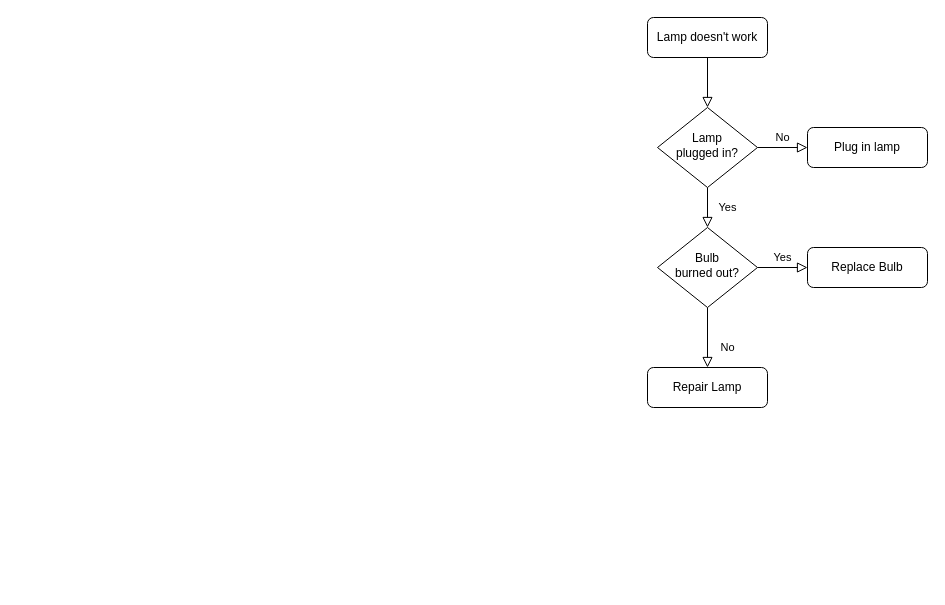
Earlier version of the draw.io diagram Untitled Diagram.drawio (z88243310/bins). Source tidied: cells renumbered, new cells numbered last; positions are measured from the earlier drawing's top-left corner, leaving out a move shared by most shapes. Both pictures are drawn from the tidied source at 100%, with x=0, y=0 at pixel (647, 17).
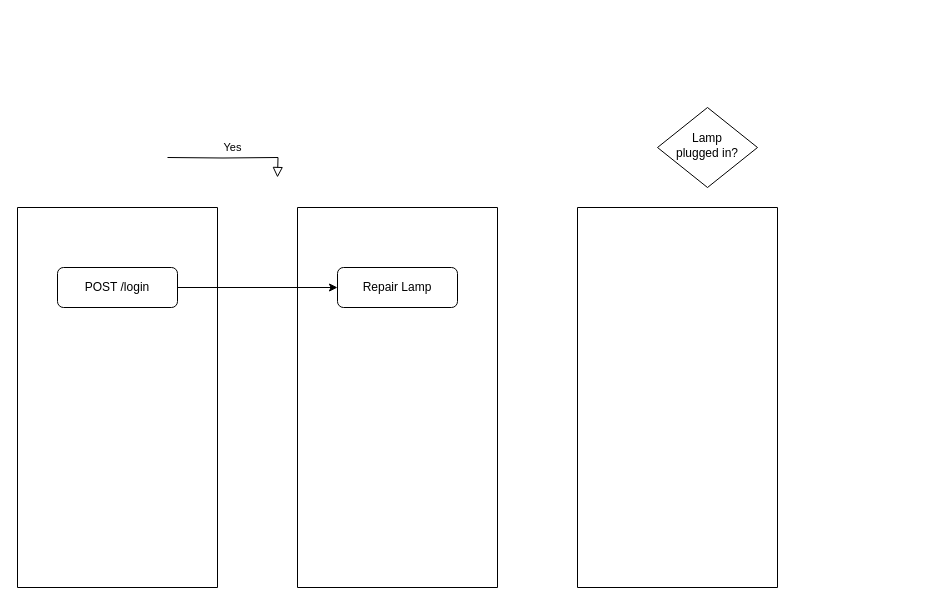
The same page after the edit.

What changed in the source:
```diff
@@
 <mxGraphModel>
   <root>
     <mxCell id="0" />
     <mxCell id="1" parent="0" />
-    <mxCell id="2" style="rounded=0;html=1;jettySize=auto;fontSize=11;endArrow=block;endFill=0;endSize=8;strokeWidth=1;shadow=0;labelBackgroundColor=none;edgeStyle=orthogonalEdgeStyle;" parent="1" edge="1" source="3" target="6">
-      <mxGeometry relative="1" as="geometry" />
-    </mxCell>
+    <mxCell id="6" value="Lamp&lt;br&gt;plugged in?" style="rhombus;whiteSpace=wrap;html=1;shadow=0;fontFamily=Helvetica;fontSize=12;align=center;strokeWidth=1;spacing=6;spacingTop=-4;" parent="1" vertex="1">
+      <mxGeometry x="10" y="90" width="100" height="80" as="geometry" />
+    </mxCell>
+    <mxCell id="9" value="Yes" style="edgeStyle=orthogonalEdgeStyle;rounded=0;html=1;jettySize=auto;orthogonalLoop=1;fontSize=11;endArrow=block;endFill=0;endSize=8;strokeWidth=1;shadow=0;labelBackgroundColor=none;" parent="1" edge="1">
+      <mxGeometry y="10" relative="1" as="geometry">
+        <mxPoint x="-480" y="140" as="sourcePoint" />
+        <mxPoint x="-370" y="160" as="targetPoint" />
+      </mxGeometry>
+    </mxCell>
+    <mxCell id="13" style="swimlane;startSize=0;" parent="1" vertex="1">
+      <mxGeometry x="-630" y="190" width="200" height="380" as="geometry" />
+    </mxCell>
-    <mxCell id="3" value="Lamp doesn't work" style="rounded=1;whiteSpace=wrap;html=1;fontSize=12;glass=0;strokeWidth=1;shadow=0;" parent="1" vertex="1">
-      <mxGeometry width="120" height="40" as="geometry" />
+    <mxCell id="3" value="POST /login" style="rounded=1;whiteSpace=wrap;html=1;fontSize=12;glass=0;strokeWidth=1;shadow=0;" parent="13" vertex="1">
+      <mxGeometry x="40" y="60" width="120" height="40" as="geometry" />
     </mxCell>
-    <mxCell id="4" value="Yes" style="rounded=0;html=1;jettySize=auto;fontSize=11;endArrow=block;endFill=0;endSize=8;strokeWidth=1;shadow=0;labelBackgroundColor=none;edgeStyle=orthogonalEdgeStyle;" parent="1" edge="1" source="6" target="10">
-      <mxGeometry y="20" relative="1" as="geometry" />
-    </mxCell>
-    <mxCell id="5" value="No" style="edgeStyle=orthogonalEdgeStyle;rounded=0;html=1;jettySize=auto;fontSize=11;endArrow=block;endFill=0;endSize=8;strokeWidth=1;shadow=0;labelBackgroundColor=none;" parent="1" edge="1" source="6" target="7">
-      <mxGeometry y="10" relative="1" as="geometry" />
-    </mxCell>
-    <mxCell id="6" value="Lamp&lt;br&gt;plugged in?" style="rhombus;whiteSpace=wrap;html=1;shadow=0;fontFamily=Helvetica;fontSize=12;align=center;strokeWidth=1;spacing=6;spacingTop=-4;" parent="1" vertex="1">
-      <mxGeometry x="10" y="90" width="100" height="80" as="geometry" />
-    </mxCell>
-    <mxCell id="7" value="Plug in lamp" style="rounded=1;whiteSpace=wrap;html=1;fontSize=12;glass=0;strokeWidth=1;shadow=0;" parent="1" vertex="1">
-      <mxGeometry x="160" y="110" width="120" height="40" as="geometry" />
-    </mxCell>
-    <mxCell id="8" value="No" style="rounded=0;html=1;jettySize=auto;fontSize=11;endArrow=block;endFill=0;endSize=8;strokeWidth=1;shadow=0;labelBackgroundColor=none;edgeStyle=orthogonalEdgeStyle;" parent="1" edge="1" source="10" target="11">
-      <mxGeometry x="0.33" y="20" relative="1" as="geometry" />
-    </mxCell>
-    <mxCell id="9" value="Yes" style="edgeStyle=orthogonalEdgeStyle;rounded=0;html=1;jettySize=auto;fontSize=11;endArrow=block;endFill=0;endSize=8;strokeWidth=1;shadow=0;labelBackgroundColor=none;" parent="1" edge="1" source="10" target="12">
-      <mxGeometry y="10" relative="1" as="geometry" />
-    </mxCell>
-    <mxCell id="10" value="Bulb&lt;br&gt;burned out?" style="rhombus;whiteSpace=wrap;html=1;shadow=0;fontFamily=Helvetica;fontSize=12;align=center;strokeWidth=1;spacing=6;spacingTop=-4;" parent="1" vertex="1">
-      <mxGeometry x="10" y="210" width="100" height="80" as="geometry" />
-    </mxCell>
+    <mxCell id="14" style="swimlane;startSize=0;" parent="1" vertex="1">
+      <mxGeometry x="-350" y="190" width="200" height="380" as="geometry" />
+    </mxCell>
-    <mxCell id="11" value="Repair Lamp" style="rounded=1;whiteSpace=wrap;html=1;fontSize=12;glass=0;strokeWidth=1;shadow=0;" parent="1" vertex="1">
-      <mxGeometry y="350" width="120" height="40" as="geometry" />
+    <mxCell id="11" value="Repair Lamp" style="rounded=1;whiteSpace=wrap;html=1;fontSize=12;glass=0;strokeWidth=1;shadow=0;" parent="14" vertex="1">
+      <mxGeometry x="40" y="60" width="120" height="40" as="geometry" />
     </mxCell>
-    <mxCell id="12" value="Replace Bulb" style="rounded=1;whiteSpace=wrap;html=1;fontSize=12;glass=0;strokeWidth=1;shadow=0;" parent="1" vertex="1">
-      <mxGeometry x="160" y="230" width="120" height="40" as="geometry" />
-    </mxCell>
+    <mxCell id="15" style="swimlane;startSize=0;" parent="1" vertex="1">
+      <mxGeometry x="-70" y="190" width="200" height="380" as="geometry" />
+    </mxCell>
+    <mxCell id="16" style="edgeStyle=orthogonalEdgeStyle;rounded=0;jettySize=auto;html=1;entryX=0;entryY=0.5;entryDx=0;entryDy=0;" parent="1" edge="1" source="3" target="11">
+      <mxGeometry relative="1" as="geometry" />
+    </mxCell>
   </root>
 </mxGraphModel>
```
